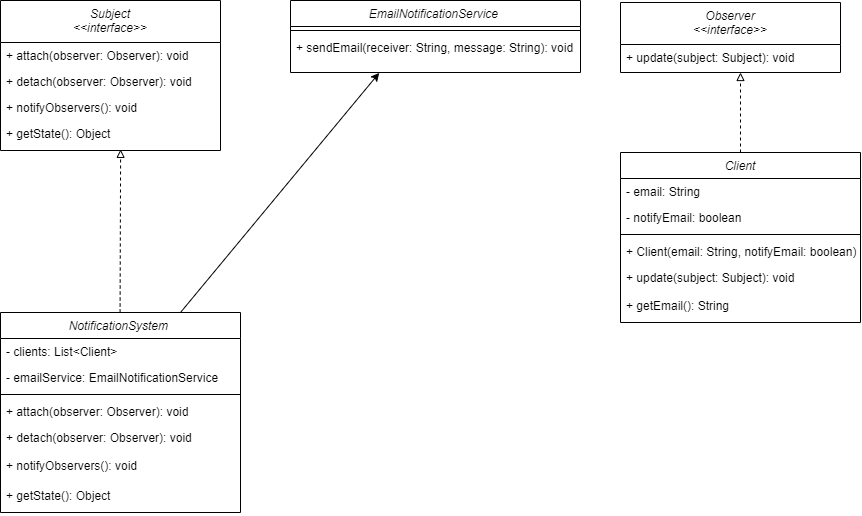
This is Images/Design_Document/Observer.png from Osnaga-Robert/E-commerce_app, a draw.io export, as it was before one commit. Source tidied: cells renumbered, new cells last; positions are measured from the earlier drawing's top-left corner, leaving out a move shared by most shapes. The source it was exported from:
```xml
<mxGraphModel>
  <root>
    <mxCell id="0" />
    <mxCell id="1" parent="0" />
    <mxCell id="2" value="Subject&#10;&lt;&lt;interface&gt;&gt;" style="swimlane;fontStyle=2;align=center;verticalAlign=top;horizontal=1;startSize=42;rounded=0;shadow=0;strokeWidth=1;" parent="1" vertex="1">
      <mxGeometry width="220" height="150" as="geometry" />
    </mxCell>
    <mxCell id="3" value="+ attach(observer: Observer): void" style="text;align=left;verticalAlign=top;spacingLeft=4;spacingRight=4;overflow=hidden;rounded=0;shadow=0;html=0;" parent="2" vertex="1">
      <mxGeometry y="42" width="220" height="26" as="geometry" />
    </mxCell>
    <mxCell id="4" value="+ detach(observer: Observer): void" style="text;align=left;verticalAlign=top;spacingLeft=4;spacingRight=4;overflow=hidden;" parent="2" vertex="1">
      <mxGeometry y="68" width="220" height="26" as="geometry" />
    </mxCell>
    <mxCell id="5" value="+ notifyObservers(): void" style="text;align=left;verticalAlign=top;spacingLeft=4;spacingRight=4;overflow=hidden;" parent="2" vertex="1">
      <mxGeometry y="94" width="220" height="26" as="geometry" />
    </mxCell>
    <mxCell id="6" value="+ getState(): Object" style="text;align=left;verticalAlign=top;spacingLeft=4;spacingRight=4;overflow=hidden;points=[[0,0.5],[1,0.5]];portConstraint=eastwest;" parent="2" vertex="1">
      <mxGeometry y="120" width="220" height="30" as="geometry" />
    </mxCell>
    <mxCell id="7" value="NotificationSystem " style="swimlane;fontStyle=2;align=center;verticalAlign=top;horizontal=1;startSize=26;rounded=0;shadow=0;strokeWidth=1;" parent="1" vertex="1">
      <mxGeometry y="312" width="240" height="200" as="geometry" />
    </mxCell>
    <mxCell id="8" value="- clients: List&lt;Client&gt;" style="text;align=left;verticalAlign=top;spacingLeft=4;spacingRight=4;overflow=hidden;" parent="7" vertex="1">
      <mxGeometry y="26" width="240" height="26" as="geometry" />
    </mxCell>
    <mxCell id="9" value="- emailService: EmailNotificationService" style="text;align=left;verticalAlign=top;spacingLeft=4;spacingRight=4;overflow=hidden;rounded=0;shadow=0;html=0;" parent="7" vertex="1">
      <mxGeometry y="52" width="240" height="26" as="geometry" />
    </mxCell>
    <mxCell id="10" style="line;html=1;strokeWidth=1;align=left;verticalAlign=middle;spacingTop=-1;spacingLeft=3;spacingRight=3;labelPosition=right;" parent="7" vertex="1">
      <mxGeometry y="78" width="240" height="8" as="geometry" />
    </mxCell>
    <mxCell id="11" value="+ attach(observer: Observer): void" style="text;align=left;verticalAlign=top;spacingLeft=4;spacingRight=4;overflow=hidden;" parent="7" vertex="1">
      <mxGeometry y="86" width="240" height="26" as="geometry" />
    </mxCell>
    <mxCell id="12" value="+ detach(observer: Observer): void" style="text;align=left;verticalAlign=top;spacingLeft=4;spacingRight=4;overflow=hidden;" parent="7" vertex="1">
      <mxGeometry y="112" width="240" height="28" as="geometry" />
    </mxCell>
    <mxCell id="13" value="+ notifyObservers(): void" style="text;align=left;verticalAlign=top;spacingLeft=4;spacingRight=4;overflow=hidden;" parent="7" vertex="1">
      <mxGeometry y="140" width="240" height="30" as="geometry" />
    </mxCell>
    <mxCell id="14" value="+ getState(): Object" style="text;align=left;verticalAlign=top;spacingLeft=4;spacingRight=4;overflow=hidden;" parent="7" vertex="1">
      <mxGeometry y="170" width="240" height="30" as="geometry" />
    </mxCell>
    <mxCell id="15" value="EmailNotificationService " style="swimlane;fontStyle=2;align=center;verticalAlign=top;horizontal=1;startSize=26;rounded=0;shadow=0;strokeWidth=1;" parent="1" vertex="1">
      <mxGeometry x="290" width="290" height="72" as="geometry" />
    </mxCell>
    <mxCell id="16" style="line;html=1;strokeWidth=1;align=left;verticalAlign=middle;spacingTop=-1;spacingLeft=3;spacingRight=3;labelPosition=right;" parent="15" vertex="1">
      <mxGeometry y="26" width="290" height="8" as="geometry" />
    </mxCell>
    <mxCell id="17" value="+ sendEmail(receiver: String, message: String): void" style="text;align=left;verticalAlign=top;spacingLeft=4;spacingRight=4;overflow=hidden;points=[[0,0.5],[1,0.5]];portConstraint=eastwest;" parent="15" vertex="1">
      <mxGeometry y="34" width="290" height="38" as="geometry" />
    </mxCell>
    <mxCell id="18" value="Observer&#10;&lt;&lt;interface&gt;&gt;" style="swimlane;fontStyle=2;align=center;verticalAlign=top;horizontal=1;startSize=42;rounded=0;shadow=0;strokeWidth=1;" parent="1" vertex="1">
      <mxGeometry x="620" y="2" width="220" height="70" as="geometry" />
    </mxCell>
    <mxCell id="19" value="+ update(subject: Subject): void" style="text;align=left;verticalAlign=top;spacingLeft=4;spacingRight=4;overflow=hidden;rounded=0;shadow=0;html=0;" parent="18" vertex="1">
      <mxGeometry y="42" width="220" height="26" as="geometry" />
    </mxCell>
    <mxCell id="20" value="Client" style="swimlane;fontStyle=2;align=center;verticalAlign=top;horizontal=1;startSize=26;rounded=0;shadow=0;strokeWidth=1;" parent="1" vertex="1">
      <mxGeometry x="620" y="152" width="240" height="170" as="geometry" />
    </mxCell>
    <mxCell id="21" value="- email: String" style="text;align=left;verticalAlign=top;spacingLeft=4;spacingRight=4;overflow=hidden;" parent="20" vertex="1">
      <mxGeometry y="26" width="240" height="26" as="geometry" />
    </mxCell>
    <mxCell id="22" value="- notifyEmail: boolean" style="text;align=left;verticalAlign=top;spacingLeft=4;spacingRight=4;overflow=hidden;rounded=0;shadow=0;html=0;" parent="20" vertex="1">
      <mxGeometry y="52" width="240" height="26" as="geometry" />
    </mxCell>
    <mxCell id="23" style="line;html=1;strokeWidth=1;align=left;verticalAlign=middle;spacingTop=-1;spacingLeft=3;spacingRight=3;labelPosition=right;" parent="20" vertex="1">
      <mxGeometry y="78" width="240" height="8" as="geometry" />
    </mxCell>
    <mxCell id="24" value="+ Client(email: String, notifyEmail: boolean)" style="text;align=left;verticalAlign=top;spacingLeft=4;spacingRight=4;overflow=hidden;" parent="20" vertex="1">
      <mxGeometry y="86" width="240" height="26" as="geometry" />
    </mxCell>
    <mxCell id="25" value="+ update(subject: Subject): void" style="text;align=left;verticalAlign=top;spacingLeft=4;spacingRight=4;overflow=hidden;" parent="20" vertex="1">
      <mxGeometry y="112" width="240" height="28" as="geometry" />
    </mxCell>
    <mxCell id="26" value="+ getEmail(): String" style="text;align=left;verticalAlign=top;spacingLeft=4;spacingRight=4;overflow=hidden;" parent="20" vertex="1">
      <mxGeometry y="140" width="240" height="30" as="geometry" />
    </mxCell>
    <mxCell id="27" style="endArrow=block;html=1;rounded=0;exitX=0.5;exitY=0;exitDx=0;exitDy=0;endFill=0;dashed=1;" parent="1" edge="1" source="20">
      <mxGeometry relative="1" as="geometry">
        <mxPoint x="740" y="72" as="targetPoint" />
      </mxGeometry>
    </mxCell>
    <mxCell id="28" style="endArrow=block;html=1;rounded=0;exitX=0.5;exitY=0;exitDx=0;exitDy=0;endFill=0;dashed=1;entryX=0.546;entryY=0.962;entryDx=0;entryDy=0;entryPerimeter=0;" parent="1" edge="1" target="6">
      <mxGeometry relative="1" as="geometry">
        <mxPoint x="119.6" y="312" as="sourcePoint" />
      </mxGeometry>
    </mxCell>
    <mxCell id="29" style="endArrow=classic;html=1;rounded=0;exitX=0.75;exitY=0;exitDx=0;exitDy=0;entryX=0.306;entryY=1.009;entryDx=0;entryDy=0;entryPerimeter=0;" parent="1" edge="1" source="7" target="17">
      <mxGeometry relative="1" as="geometry" />
    </mxCell>
  </root>
</mxGraphModel>
```
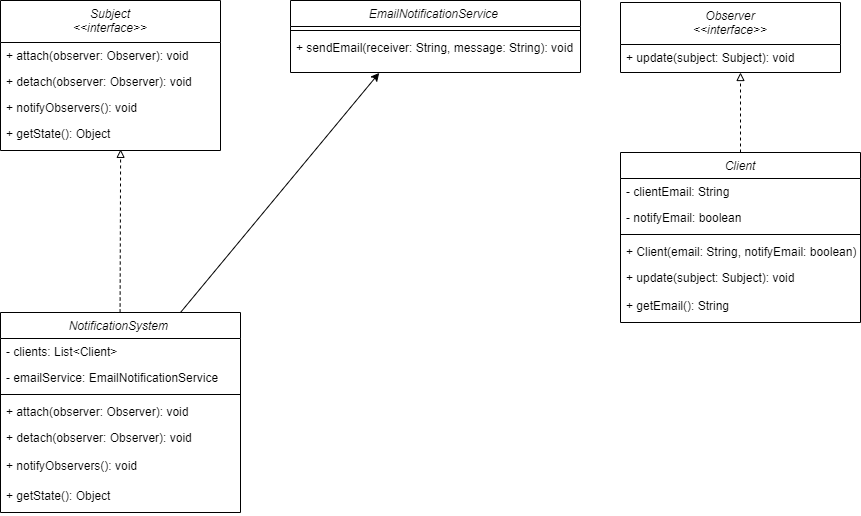
The same diagram one commit later.

What changed in the source:
```diff
@@ -59,7 +59,7 @@
     <mxCell id="20" value="Client" style="swimlane;fontStyle=2;align=center;verticalAlign=top;horizontal=1;startSize=26;rounded=0;shadow=0;strokeWidth=1;" parent="1" vertex="1">
       <mxGeometry x="620" y="152" width="240" height="170" as="geometry" />
     </mxCell>
-    <mxCell id="21" value="- email: String" style="text;align=left;verticalAlign=top;spacingLeft=4;spacingRight=4;overflow=hidden;" parent="20" vertex="1">
+    <mxCell id="21" value="- clientEmail: String" style="text;align=left;verticalAlign=top;spacingLeft=4;spacingRight=4;overflow=hidden;" parent="20" vertex="1">
       <mxGeometry y="26" width="240" height="26" as="geometry" />
     </mxCell>
     <mxCell id="22" value="- notifyEmail: boolean" style="text;align=left;verticalAlign=top;spacingLeft=4;spacingRight=4;overflow=hidden;rounded=0;shadow=0;html=0;" parent="20" vertex="1">
```
